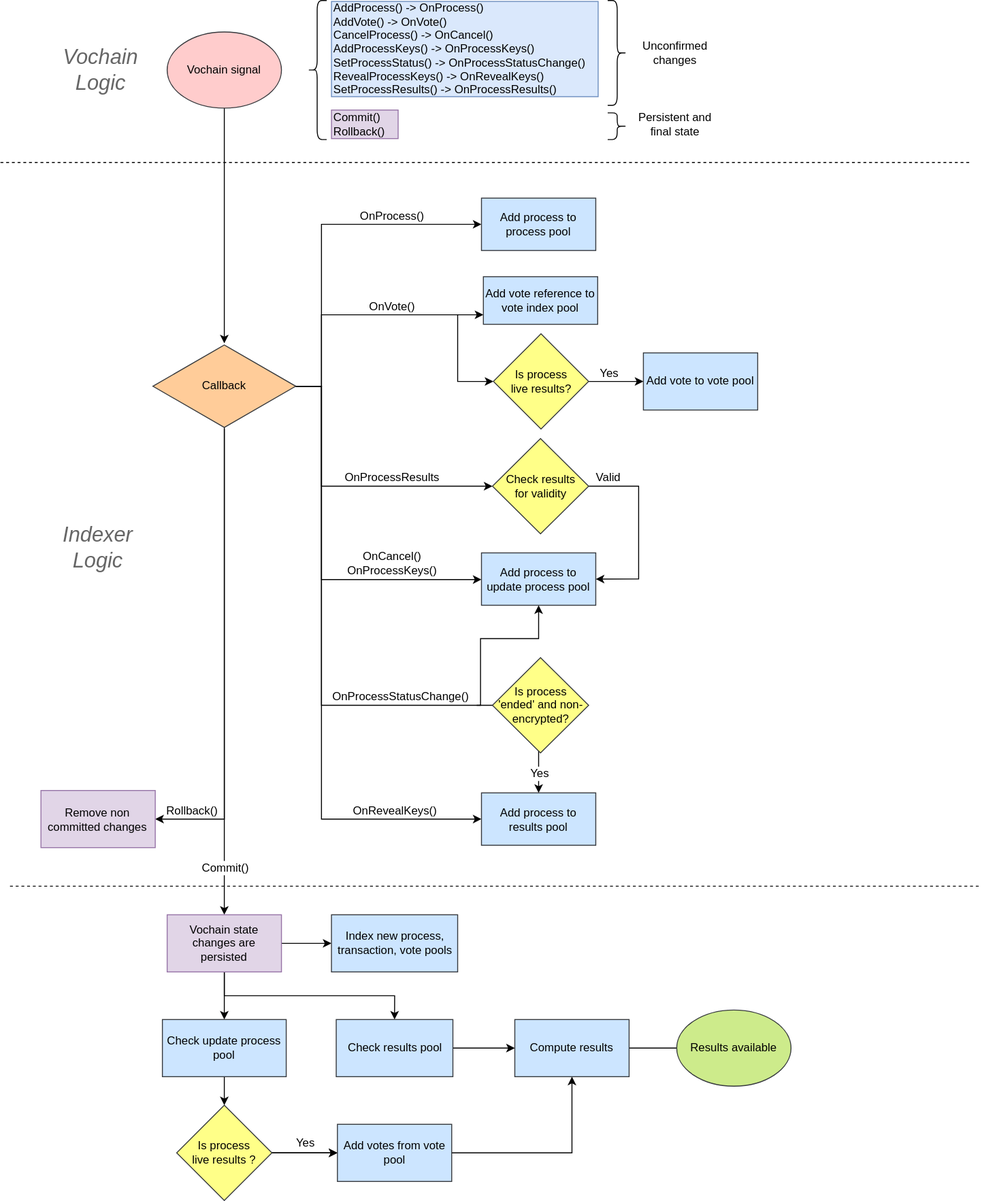
vocdoni/design keeps this draw.io diagram as docs/indexer-flow.svg. Above is the earlier version. Source tidied: cells renumbered, new cells last; positions are measured from the earlier drawing's top-left corner, leaving out a move shared by most shapes.
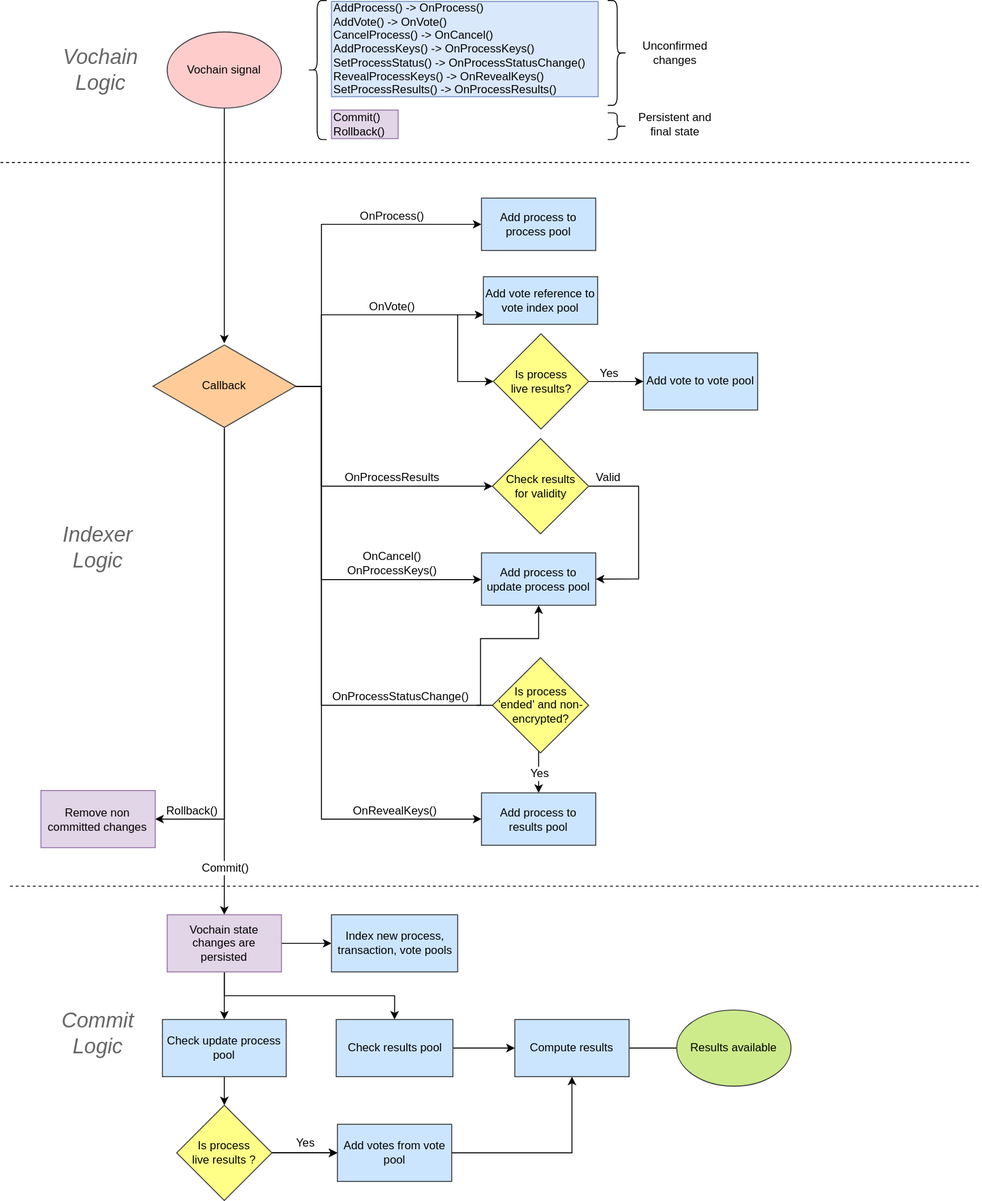
Above is the later version.

What changed in the source:
```diff
@@ -291,5 +291,8 @@
     <mxCell id="65" value="&lt;div&gt;Index new process, transaction, vote pools&lt;br&gt;&lt;/div&gt;" style="whiteSpace=wrap;html=1;fillColor=#cce5ff;strokeColor=#36393d;" parent="1" vertex="1">
       <mxGeometry x="347.5" y="960" width="132.5" height="60" as="geometry" />
     </mxCell>
+    <mxCell id="66" value="Commit Logic" style="text;html=1;strokeColor=none;fillColor=none;align=center;verticalAlign=middle;whiteSpace=wrap;rounded=0;fontSize=22;fontStyle=2;fontColor=#666666;" parent="1" vertex="1">
+      <mxGeometry x="60" y="1040" width="85" height="90" as="geometry" />
+    </mxCell>
   </root>
 </mxGraphModel>
```
